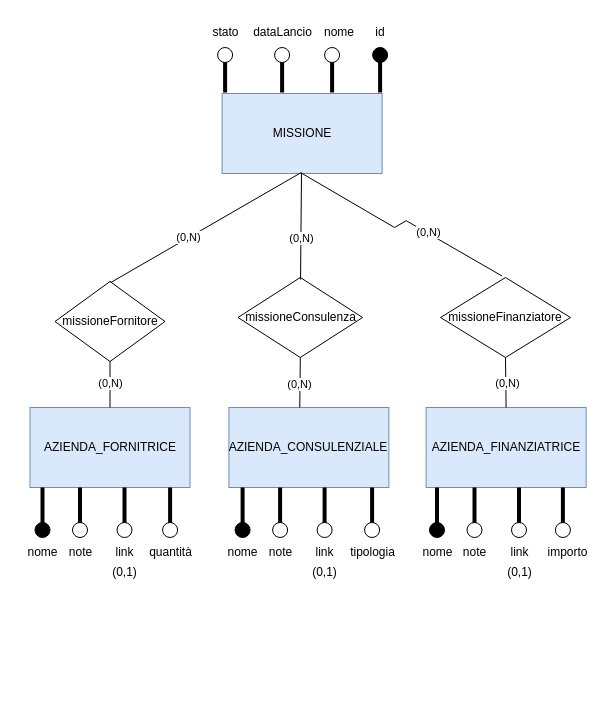
PulgaLuca/Database-Unibo keeps this draw.io diagram as page "2 ok" (5 of 10) of docs/ART-model.drawio. Above is the earlier version. Source tidied: cells renumbered, new cells numbered last; positions are measured from the earlier drawing's top-left corner, leaving out a move shared by most shapes. Both pictures are drawn from the tidied source at 100%, with x=0, y=0 at pixel (17, 17).
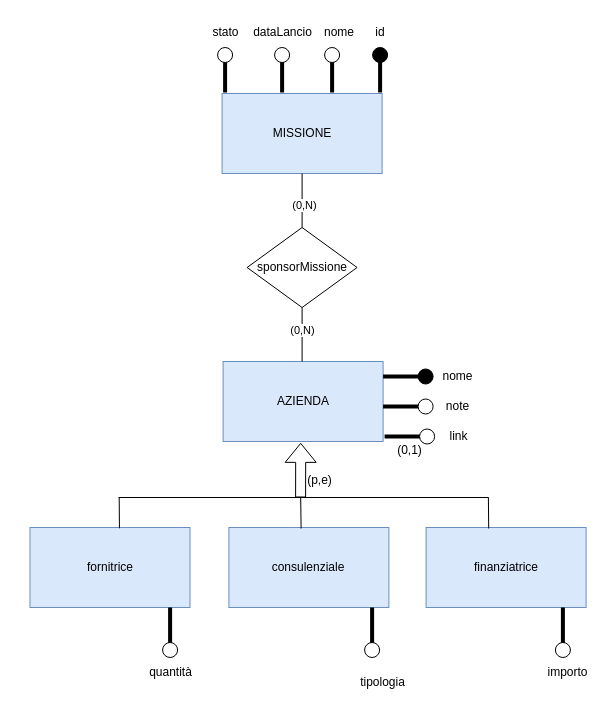
Above is the later version.

Unchanged cells that the change refers to:
```xml
<mxCell id="2" value="MISSIONE" style="rounded=0;whiteSpace=wrap;html=1;fillColor=#dae8fc;strokeColor=#6c8ebf;" parent="1" vertex="1">
  <mxGeometry x="204.6" y="76" width="160" height="80" as="geometry" />
</mxCell>
```

The edit, as a diff of the source:
```diff
@@
-    <mxCell id="3" style="line;strokeWidth=4;html=1;perimeter=backbonePerimeter;rotation=-90;" parent="1" vertex="1">
-      <mxGeometry x="294.6" y="50" width="40" height="10" as="geometry" />
-    </mxCell>
-    <mxCell id="4" style="ellipse;whiteSpace=wrap;html=1;" parent="1" vertex="1">
-      <mxGeometry x="307.1" y="30" width="15" height="15" as="geometry" />
-    </mxCell>
-    <mxCell id="5" style="line;strokeWidth=4;html=1;perimeter=backbonePerimeter;rotation=-90;" parent="1" vertex="1">
-      <mxGeometry x="342.6" y="50" width="40" height="10" as="geometry" />
-    </mxCell>
-    <mxCell id="6" style="ellipse;whiteSpace=wrap;html=1;fillColor=#000000;" parent="1" vertex="1">
-      <mxGeometry x="355.1" y="30" width="15" height="15" as="geometry" />
-    </mxCell>
-    <mxCell id="7" style="line;strokeWidth=4;html=1;perimeter=backbonePerimeter;rotation=-90;" parent="1" vertex="1">
-      <mxGeometry x="187.6" y="50" width="40" height="10" as="geometry" />
-    </mxCell>
-    <mxCell id="8" style="ellipse;whiteSpace=wrap;html=1;" parent="1" vertex="1">
-      <mxGeometry x="200.1" y="30" width="15" height="15" as="geometry" />
-    </mxCell>
-    <mxCell id="9" style="line;strokeWidth=4;html=1;perimeter=backbonePerimeter;rotation=-90;" parent="1" vertex="1">
-      <mxGeometry x="244.6" y="50" width="40" height="10" as="geometry" />
-    </mxCell>
-    <mxCell id="10" style="ellipse;whiteSpace=wrap;html=1;" parent="1" vertex="1">
-      <mxGeometry x="257.1" y="30" width="15" height="15" as="geometry" />
-    </mxCell>
+    <mxCell id="72" style="line;strokeWidth=4;html=1;perimeter=backbonePerimeter;rotation=-90;" parent="1" vertex="1">
+      <mxGeometry x="294.6" y="50" width="40" height="10" as="geometry" />
+    </mxCell>
+    <mxCell id="73" style="ellipse;whiteSpace=wrap;html=1;" parent="1" vertex="1">
+      <mxGeometry x="307.1" y="30" width="15" height="15" as="geometry" />
+    </mxCell>
+    <mxCell id="74" style="line;strokeWidth=4;html=1;perimeter=backbonePerimeter;rotation=-90;" parent="1" vertex="1">
+      <mxGeometry x="342.6" y="50" width="40" height="10" as="geometry" />
+    </mxCell>
+    <mxCell id="75" style="ellipse;whiteSpace=wrap;html=1;fillColor=#000000;" parent="1" vertex="1">
+      <mxGeometry x="355.1" y="30" width="15" height="15" as="geometry" />
+    </mxCell>
+    <mxCell id="76" style="line;strokeWidth=4;html=1;perimeter=backbonePerimeter;rotation=-90;" parent="1" vertex="1">
+      <mxGeometry x="187.6" y="50" width="40" height="10" as="geometry" />
+    </mxCell>
+    <mxCell id="77" style="ellipse;whiteSpace=wrap;html=1;" parent="1" vertex="1">
+      <mxGeometry x="200.1" y="30" width="15" height="15" as="geometry" />
+    </mxCell>
+    <mxCell id="78" style="line;strokeWidth=4;html=1;perimeter=backbonePerimeter;rotation=-90;" parent="1" vertex="1">
+      <mxGeometry x="244.6" y="50" width="40" height="10" as="geometry" />
+    </mxCell>
+    <mxCell id="79" style="ellipse;whiteSpace=wrap;html=1;" parent="1" vertex="1">
+      <mxGeometry x="257.1" y="30" width="15" height="15" as="geometry" />
+    </mxCell>
@@
-    <mxCell id="15" value="AZIENDA_FORNITRICE" style="rounded=0;whiteSpace=wrap;html=1;fillColor=#dae8fc;strokeColor=#6c8ebf;" parent="1" vertex="1">
-      <mxGeometry x="12.5" y="390" width="160" height="80" as="geometry" />
-    </mxCell>
-    <mxCell id="16" value="AZIENDA_CONSULENZIALE" style="rounded=0;whiteSpace=wrap;html=1;fillColor=#dae8fc;strokeColor=#6c8ebf;" parent="1" vertex="1">
-      <mxGeometry x="211.4" y="390" width="160" height="80" as="geometry" />
-    </mxCell>
-    <mxCell id="17" value="AZIENDA_FINANZIATRICE" style="rounded=0;whiteSpace=wrap;html=1;fillColor=#dae8fc;strokeColor=#6c8ebf;" parent="1" vertex="1">
-      <mxGeometry x="408.6" y="390" width="160" height="80" as="geometry" />
-    </mxCell>
-    <mxCell id="18" style="endArrow=none;html=1;rounded=0;exitX=0.5;exitY=0;exitDx=0;exitDy=0;entryX=0.5;entryY=1;entryDx=0;entryDy=0;" parent="1" edge="1" source="15" target="33">
-      <mxGeometry relative="1" as="geometry" />
-    </mxCell>
-    <mxCell id="19" value="(0,N)" style="edgeLabel;html=1;align=center;verticalAlign=middle;" parent="18" vertex="1">
-      <mxGeometry x="0.1" relative="1" as="geometry" />
-    </mxCell>
-    <mxCell id="20" style="endArrow=none;html=1;rounded=0;exitX=0.443;exitY=0;exitDx=0;exitDy=0;exitPerimeter=0;entryX=0.5;entryY=1;entryDx=0;entryDy=0;" parent="1" edge="1" source="16" target="34">
-      <mxGeometry relative="1" as="geometry" />
-    </mxCell>
-    <mxCell id="21" value="(0,N)" style="edgeLabel;html=1;align=center;verticalAlign=middle;" parent="20" vertex="1">
-      <mxGeometry x="-0.1" y="1" relative="1" as="geometry" />
-    </mxCell>
-    <mxCell id="22" style="endArrow=none;html=1;rounded=0;exitX=0.5;exitY=0;exitDx=0;exitDy=0;entryX=0.5;entryY=1;entryDx=0;entryDy=0;" parent="1" edge="1" source="17" target="35">
-      <mxGeometry relative="1" as="geometry" />
-    </mxCell>
-    <mxCell id="23" value="(0,N)" style="edgeLabel;html=1;align=center;verticalAlign=middle;" parent="22" vertex="1">
-      <mxGeometry x="-0.05" y="-1" relative="1" as="geometry" />
-    </mxCell>
-    <mxCell id="24" style="line;strokeWidth=4;html=1;perimeter=backbonePerimeter;rotation=-90;" parent="1" vertex="1">
-      <mxGeometry x="334.6" y="485" width="40" height="10" as="geometry" />
-    </mxCell>
-    <mxCell id="25" style="ellipse;whiteSpace=wrap;html=1;" parent="1" vertex="1">
-      <mxGeometry x="347.1" y="505" width="15" height="15" as="geometry" />
-    </mxCell>
-    <mxCell id="26" style="line;strokeWidth=4;html=1;perimeter=backbonePerimeter;rotation=-90;" parent="1" vertex="1">
-      <mxGeometry x="525.4" y="485" width="40" height="10" as="geometry" />
-    </mxCell>
-    <mxCell id="27" style="ellipse;whiteSpace=wrap;html=1;" parent="1" vertex="1">
-      <mxGeometry x="537.9" y="505" width="15" height="15" as="geometry" />
-    </mxCell>
+    <mxCell id="80" value="sponsorMissione" style="rhombus;whiteSpace=wrap;html=1;" parent="1" vertex="1">
+      <mxGeometry x="229.6" y="210" width="110" height="80" as="geometry" />
+    </mxCell>
+    <mxCell id="81" value="AZIENDA" style="rounded=0;whiteSpace=wrap;html=1;fillColor=#dae8fc;strokeColor=#6c8ebf;" parent="1" vertex="1">
+      <mxGeometry x="205.6" y="344" width="160" height="80" as="geometry" />
+    </mxCell>
+    <mxCell id="82" style="endArrow=none;html=1;rounded=0;entryX=0.5;entryY=1;entryDx=0;entryDy=0;exitX=0.5;exitY=0;exitDx=0;exitDy=0;" parent="1" edge="1" source="80" target="2">
+      <mxGeometry relative="1" as="geometry" />
+    </mxCell>
+    <mxCell id="83" value="(0,N)" style="edgeLabel;html=1;align=center;verticalAlign=middle;" parent="82" vertex="1">
+      <mxGeometry x="-0.14" y="-2" relative="1" as="geometry" />
+    </mxCell>
+    <mxCell id="84" style="endArrow=none;html=1;rounded=0;entryX=0.5;entryY=1;entryDx=0;entryDy=0;exitX=0.5;exitY=0;exitDx=0;exitDy=0;" parent="1" edge="1">
+      <mxGeometry relative="1" as="geometry">
+        <mxPoint x="284.6" y="344" as="sourcePoint" />
+        <mxPoint x="284.6" y="290" as="targetPoint" />
+      </mxGeometry>
+    </mxCell>
+    <mxCell id="85" value="(0,N)" style="edgeLabel;html=1;align=center;verticalAlign=middle;" parent="84" vertex="1">
+      <mxGeometry x="0.2" relative="1" as="geometry" />
+    </mxCell>
+    <mxCell id="86" style="line;strokeWidth=4;html=1;perimeter=backbonePerimeter;" parent="1" vertex="1">
+      <mxGeometry x="365.6" y="354" width="40" height="10" as="geometry" />
+    </mxCell>
+    <mxCell id="87" style="ellipse;whiteSpace=wrap;html=1;fillColor=#000000;" parent="1" vertex="1">
+      <mxGeometry x="400.6" y="351.5" width="15" height="15" as="geometry" />
+    </mxCell>
+    <mxCell id="88" value="nome" style="text;html=1;align=center;verticalAlign=middle;strokeColor=none;fillColor=none;" parent="1" vertex="1">
+      <mxGeometry x="414.6" y="344" width="50" height="30" as="geometry" />
+    </mxCell>
+    <mxCell id="89" style="shape=flexArrow;endArrow=classic;html=1;rounded=0;entryX=0.485;entryY=1.017;entryDx=0;entryDy=0;entryPerimeter=0;" parent="1" edge="1" target="81">
+      <mxGeometry relative="1" as="geometry">
+        <mxPoint x="283.1" y="480" as="sourcePoint" />
+      </mxGeometry>
+    </mxCell>
+    <mxCell id="90" value="(p,e)" style="text;html=1;align=center;verticalAlign=middle;strokeColor=none;fillColor=none;" parent="1" vertex="1">
+      <mxGeometry x="277.1" y="448" width="50" height="30" as="geometry" />
+    </mxCell>
+    <mxCell id="91" value="fornitrice" style="rounded=0;whiteSpace=wrap;html=1;fillColor=#dae8fc;strokeColor=#6c8ebf;" parent="1" vertex="1">
+      <mxGeometry x="12.5" y="510" width="160" height="80" as="geometry" />
+    </mxCell>
+    <mxCell id="92" value="consulenziale" style="rounded=0;whiteSpace=wrap;html=1;fillColor=#dae8fc;strokeColor=#6c8ebf;" parent="1" vertex="1">
+      <mxGeometry x="211.4" y="510" width="160" height="80" as="geometry" />
+    </mxCell>
+    <mxCell id="93" value="finanziatrice" style="rounded=0;whiteSpace=wrap;html=1;fillColor=#dae8fc;strokeColor=#6c8ebf;" parent="1" vertex="1">
+      <mxGeometry x="408.6" y="510" width="160" height="80" as="geometry" />
+    </mxCell>
+    <mxCell id="94" style="endArrow=none;html=1;rounded=0;" parent="1" edge="1">
+      <mxGeometry relative="1" as="geometry">
+        <mxPoint x="101.1" y="480" as="sourcePoint" />
+        <mxPoint x="471.1" y="480" as="targetPoint" />
+      </mxGeometry>
+    </mxCell>
+    <mxCell id="95" style="endArrow=none;html=1;rounded=0;exitX=0.559;exitY=0.01;exitDx=0;exitDy=0;exitPerimeter=0;" parent="1" edge="1" source="91">
+      <mxGeometry relative="1" as="geometry">
+        <mxPoint x="101.7" y="480" as="targetPoint" />
+      </mxGeometry>
+    </mxCell>
+    <mxCell id="96" style="endArrow=none;html=1;rounded=0;exitX=0.559;exitY=0.01;exitDx=0;exitDy=0;exitPerimeter=0;" parent="1" edge="1">
+      <mxGeometry relative="1" as="geometry">
+        <mxPoint x="283.6" y="511" as="sourcePoint" />
+        <mxPoint x="283.2" y="480" as="targetPoint" />
+      </mxGeometry>
+    </mxCell>
+    <mxCell id="97" style="endArrow=none;html=1;rounded=0;exitX=0.559;exitY=0.01;exitDx=0;exitDy=0;exitPerimeter=0;" parent="1" edge="1">
+      <mxGeometry relative="1" as="geometry">
+        <mxPoint x="471.2" y="511" as="sourcePoint" />
+        <mxPoint x="470.9" y="480" as="targetPoint" />
+      </mxGeometry>
+    </mxCell>
+    <mxCell id="98" style="line;strokeWidth=4;html=1;perimeter=backbonePerimeter;rotation=-90;" parent="1" vertex="1">
+      <mxGeometry x="334.6" y="605" width="40" height="10" as="geometry" />
+    </mxCell>
+    <mxCell id="99" style="ellipse;whiteSpace=wrap;html=1;" parent="1" vertex="1">
+      <mxGeometry x="347.1" y="625" width="15" height="15" as="geometry" />
+    </mxCell>
+    <mxCell id="100" style="line;strokeWidth=4;html=1;perimeter=backbonePerimeter;rotation=-90;" parent="1" vertex="1">
+      <mxGeometry x="525.4" y="605" width="40" height="10" as="geometry" />
+    </mxCell>
+    <mxCell id="101" style="ellipse;whiteSpace=wrap;html=1;" parent="1" vertex="1">
+      <mxGeometry x="537.9" y="625" width="15" height="15" as="geometry" />
+    </mxCell>
     <mxCell id="28" value="importo" style="text;html=1;align=center;verticalAlign=middle;strokeColor=none;fillColor=none;" parent="1" vertex="1">
-      <mxGeometry x="519.6" y="520" width="60" height="30" as="geometry" />
+      <mxGeometry x="519.6" y="640" width="60" height="30" as="geometry" />
     </mxCell>
+    <mxCell id="102" style="line;strokeWidth=4;html=1;perimeter=backbonePerimeter;" parent="1" vertex="1">
+      <mxGeometry x="365.6" y="384" width="40" height="10" as="geometry" />
+    </mxCell>
+    <mxCell id="103" style="ellipse;whiteSpace=wrap;html=1;" parent="1" vertex="1">
+      <mxGeometry x="400.6" y="381.5" width="15" height="15" as="geometry" />
+    </mxCell>
+    <mxCell id="104" value="note" style="text;html=1;align=center;verticalAlign=middle;strokeColor=none;fillColor=none;" parent="1" vertex="1">
+      <mxGeometry x="414.6" y="374" width="50" height="30" as="geometry" />
+    </mxCell>
+    <mxCell id="105" style="line;strokeWidth=4;html=1;perimeter=backbonePerimeter;" parent="1" vertex="1">
+      <mxGeometry x="367.1" y="414" width="40" height="10" as="geometry" />
+    </mxCell>
+    <mxCell id="106" style="ellipse;whiteSpace=wrap;html=1;" parent="1" vertex="1">
+      <mxGeometry x="402.1" y="411.5" width="15" height="15" as="geometry" />
+    </mxCell>
+    <mxCell id="107" value="link" style="text;html=1;align=center;verticalAlign=middle;strokeColor=none;fillColor=none;" parent="1" vertex="1">
+      <mxGeometry x="421.1" y="404" width="40" height="30" as="geometry" />
+    </mxCell>
+    <mxCell id="108" value="(0,1)" style="text;html=1;align=center;verticalAlign=middle;strokeColor=none;fillColor=none;" parent="1" vertex="1">
+      <mxGeometry x="367.1" y="418" width="50" height="30" as="geometry" />
+    </mxCell>
+    <mxCell id="109" style="line;strokeWidth=4;html=1;perimeter=backbonePerimeter;rotation=-90;" parent="1" vertex="1">
+      <mxGeometry x="132.6" y="605" width="40" height="10" as="geometry" />
+    </mxCell>
+    <mxCell id="110" style="ellipse;whiteSpace=wrap;html=1;" parent="1" vertex="1">
+      <mxGeometry x="145.1" y="625" width="15" height="15" as="geometry" />
+    </mxCell>
+    <mxCell id="32" value="quantità" style="text;html=1;align=center;verticalAlign=middle;strokeColor=none;fillColor=none;" parent="1" vertex="1">
+      <mxGeometry x="117.6" y="640" width="70" height="30" as="geometry" />
+    </mxCell>
     <mxCell id="29" value="tipologia" style="text;html=1;align=center;verticalAlign=middle;strokeColor=none;fillColor=none;" parent="1" vertex="1">
-      <mxGeometry x="319.6" y="520" width="70" height="30" as="geometry" />
+      <mxGeometry x="329.6" y="650" width="70" height="30" as="geometry" />
     </mxCell>
-    <mxCell id="30" style="line;strokeWidth=4;html=1;perimeter=backbonePerimeter;rotation=-90;" parent="1" vertex="1">
-      <mxGeometry x="132.6" y="485" width="40" height="10" as="geometry" />
-    </mxCell>
-    <mxCell id="31" style="ellipse;whiteSpace=wrap;html=1;" parent="1" vertex="1">
-      <mxGeometry x="145.1" y="505" width="15" height="15" as="geometry" />
-    </mxCell>
-    <mxCell id="32" value="quantità" style="text;html=1;align=center;verticalAlign=middle;strokeColor=none;fillColor=none;" parent="1" vertex="1">
-      <mxGeometry x="117.6" y="520" width="70" height="30" as="geometry" />
-    </mxCell>
-    <mxCell id="33" value="missioneFornitore" style="rhombus;whiteSpace=wrap;html=1;" parent="1" vertex="1">
-      <mxGeometry x="37.5" y="264" width="110" height="80" as="geometry" />
-    </mxCell>
-    <mxCell id="34" value="missioneConsulenza" style="rhombus;whiteSpace=wrap;html=1;" parent="1" vertex="1">
-      <mxGeometry x="220.5" y="260" width="124.6" height="80" as="geometry" />
-    </mxCell>
-    <mxCell id="35" value="missioneFinanziatore" style="rhombus;whiteSpace=wrap;html=1;" parent="1" vertex="1">
-      <mxGeometry x="423" y="260" width="130" height="80" as="geometry" />
-    </mxCell>
-    <mxCell id="36" style="edgeStyle=isometricEdgeStyle;endArrow=none;html=1;elbow=vertical;rounded=0;exitX=0.5;exitY=0;exitDx=0;exitDy=0;entryX=0.5;entryY=1;entryDx=0;entryDy=0;" parent="1" edge="1" source="33" target="2">
-      <mxGeometry relative="1" as="geometry" />
-    </mxCell>
-    <mxCell id="37" value="(0,N)" style="edgeLabel;html=1;align=center;verticalAlign=middle;" parent="36" vertex="1">
-      <mxGeometry x="-0.18" y="1" relative="1" as="geometry" />
-    </mxCell>
-    <mxCell id="38" style="edgeStyle=isometricEdgeStyle;endArrow=none;html=1;elbow=vertical;rounded=0;entryX=0.5;entryY=1;entryDx=0;entryDy=0;exitX=0.474;exitY=-0.018;exitDx=0;exitDy=0;exitPerimeter=0;" parent="1" edge="1" source="35" target="2">
-      <mxGeometry relative="1" as="geometry">
-        <Array as="points">
-          <mxPoint x="377" y="210" />
-        </Array>
-      </mxGeometry>
-    </mxCell>
-    <mxCell id="39" value="(0,N)" style="edgeLabel;html=1;align=center;verticalAlign=middle;" parent="38" vertex="1">
-      <mxGeometry x="-0.26" y="-1" relative="1" as="geometry" />
-    </mxCell>
-    <mxCell id="40" style="endArrow=none;html=1;rounded=0;exitX=0.502;exitY=0.025;exitDx=0;exitDy=0;exitPerimeter=0;" parent="1" edge="1" source="34">
-      <mxGeometry relative="1" as="geometry">
-        <mxPoint x="284" y="155" as="targetPoint" />
-      </mxGeometry>
-    </mxCell>
-    <mxCell id="41" value="(0,N)" style="edgeLabel;html=1;align=center;verticalAlign=middle;" parent="40" vertex="1">
-      <mxGeometry x="-0.22" relative="1" as="geometry" />
-    </mxCell>
-    <mxCell id="42" style="line;strokeWidth=4;html=1;perimeter=backbonePerimeter;rotation=-90;" parent="1" vertex="1">
-      <mxGeometry x="5" y="485" width="40" height="10" as="geometry" />
-    </mxCell>
-    <mxCell id="43" style="ellipse;whiteSpace=wrap;html=1;fillColor=#000000;" parent="1" vertex="1">
-      <mxGeometry x="17.5" y="505" width="15" height="15" as="geometry" />
-    </mxCell>
-    <mxCell id="44" value="nome" style="text;html=1;align=center;verticalAlign=middle;strokeColor=none;fillColor=none;" parent="1" vertex="1">
-      <mxGeometry y="520" width="50" height="30" as="geometry" />
-    </mxCell>
-    <mxCell id="45" style="line;strokeWidth=4;html=1;perimeter=backbonePerimeter;rotation=-90;" parent="1" vertex="1">
-      <mxGeometry x="42.5" y="485" width="40" height="10" as="geometry" />
-    </mxCell>
-    <mxCell id="46" style="ellipse;whiteSpace=wrap;html=1;" parent="1" vertex="1">
-      <mxGeometry x="55" y="505" width="15" height="15" as="geometry" />
-    </mxCell>
-    <mxCell id="47" value="note" style="text;html=1;align=center;verticalAlign=middle;strokeColor=none;fillColor=none;" parent="1" vertex="1">
-      <mxGeometry x="37.5" y="520" width="50" height="30" as="geometry" />
-    </mxCell>
-    <mxCell id="48" style="line;strokeWidth=4;html=1;perimeter=backbonePerimeter;rotation=-90;" parent="1" vertex="1">
-      <mxGeometry x="87" y="485" width="40" height="10" as="geometry" />
-    </mxCell>
-    <mxCell id="49" style="ellipse;whiteSpace=wrap;html=1;" parent="1" vertex="1">
-      <mxGeometry x="99.5" y="505" width="15" height="15" as="geometry" />
-    </mxCell>
-    <mxCell id="50" value="link" style="text;html=1;align=center;verticalAlign=middle;strokeColor=none;fillColor=none;" parent="1" vertex="1">
-      <mxGeometry x="87" y="520" width="40" height="30" as="geometry" />
-    </mxCell>
-    <mxCell id="51" value="(0,1)" style="text;html=1;align=center;verticalAlign=middle;strokeColor=none;fillColor=none;" parent="1" vertex="1">
-      <mxGeometry x="82" y="540" width="50" height="30" as="geometry" />
-    </mxCell>
-    <mxCell id="52" style="line;strokeWidth=4;html=1;perimeter=backbonePerimeter;rotation=-90;" parent="1" vertex="1">
-      <mxGeometry x="205.1" y="485" width="40" height="10" as="geometry" />
-    </mxCell>
-    <mxCell id="53" style="ellipse;whiteSpace=wrap;html=1;fillColor=#000000;" parent="1" vertex="1">
-      <mxGeometry x="217.6" y="505" width="15" height="15" as="geometry" />
-    </mxCell>
-    <mxCell id="54" value="nome" style="text;html=1;align=center;verticalAlign=middle;strokeColor=none;fillColor=none;" parent="1" vertex="1">
-      <mxGeometry x="200.1" y="520" width="50" height="30" as="geometry" />
-    </mxCell>
-    <mxCell id="55" style="line;strokeWidth=4;html=1;perimeter=backbonePerimeter;rotation=-90;" parent="1" vertex="1">
-      <mxGeometry x="242.6" y="485" width="40" height="10" as="geometry" />
-    </mxCell>
-    <mxCell id="56" style="ellipse;whiteSpace=wrap;html=1;" parent="1" vertex="1">
-      <mxGeometry x="255.1" y="505" width="15" height="15" as="geometry" />
-    </mxCell>
-    <mxCell id="57" value="note" style="text;html=1;align=center;verticalAlign=middle;strokeColor=none;fillColor=none;" parent="1" vertex="1">
-      <mxGeometry x="237.6" y="520" width="50" height="30" as="geometry" />
-    </mxCell>
-    <mxCell id="58" style="line;strokeWidth=4;html=1;perimeter=backbonePerimeter;rotation=-90;" parent="1" vertex="1">
-      <mxGeometry x="287.1" y="485" width="40" height="10" as="geometry" />
-    </mxCell>
-    <mxCell id="59" style="ellipse;whiteSpace=wrap;html=1;" parent="1" vertex="1">
-      <mxGeometry x="299.6" y="505" width="15" height="15" as="geometry" />
-    </mxCell>
-    <mxCell id="60" value="link" style="text;html=1;align=center;verticalAlign=middle;strokeColor=none;fillColor=none;" parent="1" vertex="1">
-      <mxGeometry x="287.1" y="520" width="40" height="30" as="geometry" />
-    </mxCell>
-    <mxCell id="61" value="(0,1)" style="text;html=1;align=center;verticalAlign=middle;strokeColor=none;fillColor=none;" parent="1" vertex="1">
-      <mxGeometry x="282.1" y="540" width="50" height="30" as="geometry" />
-    </mxCell>
-    <mxCell id="62" style="line;strokeWidth=4;html=1;perimeter=backbonePerimeter;rotation=-90;" parent="1" vertex="1">
-      <mxGeometry x="399.5" y="485" width="40" height="10" as="geometry" />
-    </mxCell>
-    <mxCell id="63" style="ellipse;whiteSpace=wrap;html=1;fillColor=#000000;" parent="1" vertex="1">
-      <mxGeometry x="412" y="505" width="15" height="15" as="geometry" />
-    </mxCell>
-    <mxCell id="64" value="nome" style="text;html=1;align=center;verticalAlign=middle;strokeColor=none;fillColor=none;" parent="1" vertex="1">
-      <mxGeometry x="394.5" y="520" width="50" height="30" as="geometry" />
-    </mxCell>
-    <mxCell id="65" style="line;strokeWidth=4;html=1;perimeter=backbonePerimeter;rotation=-90;" parent="1" vertex="1">
-      <mxGeometry x="437" y="485" width="40" height="10" as="geometry" />
-    </mxCell>
-    <mxCell id="66" style="ellipse;whiteSpace=wrap;html=1;" parent="1" vertex="1">
-      <mxGeometry x="449.5" y="505" width="15" height="15" as="geometry" />
-    </mxCell>
-    <mxCell id="67" value="note" style="text;html=1;align=center;verticalAlign=middle;strokeColor=none;fillColor=none;" parent="1" vertex="1">
-      <mxGeometry x="432" y="520" width="50" height="30" as="geometry" />
-    </mxCell>
-    <mxCell id="68" style="line;strokeWidth=4;html=1;perimeter=backbonePerimeter;rotation=-90;" parent="1" vertex="1">
-      <mxGeometry x="481.5" y="485" width="40" height="10" as="geometry" />
-    </mxCell>
-    <mxCell id="69" style="ellipse;whiteSpace=wrap;html=1;" parent="1" vertex="1">
-      <mxGeometry x="494" y="505" width="15" height="15" as="geometry" />
-    </mxCell>
-    <mxCell id="70" value="link" style="text;html=1;align=center;verticalAlign=middle;strokeColor=none;fillColor=none;" parent="1" vertex="1">
-      <mxGeometry x="481.5" y="520" width="40" height="30" as="geometry" />
-    </mxCell>
-    <mxCell id="71" value="(0,1)" style="text;html=1;align=center;verticalAlign=middle;strokeColor=none;fillColor=none;" parent="1" vertex="1">
-      <mxGeometry x="476.5" y="540" width="50" height="30" as="geometry" />
-    </mxCell>
```
